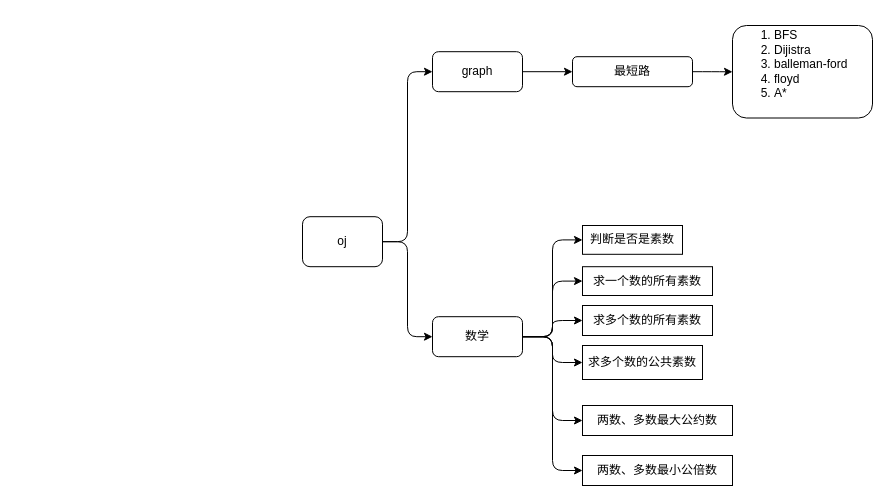
Before: source/diagrams/leetcode.drawio in wxquare/wxquare.github.io, a draw.io diagram. Source tidied: cells renumbered, new cells numbered last; positions are measured from the earlier drawing's top-left corner, leaving out a move shared by most shapes. Both pictures are drawn from the tidied source at 100%, with x=0, y=0 at pixel (302, 25).
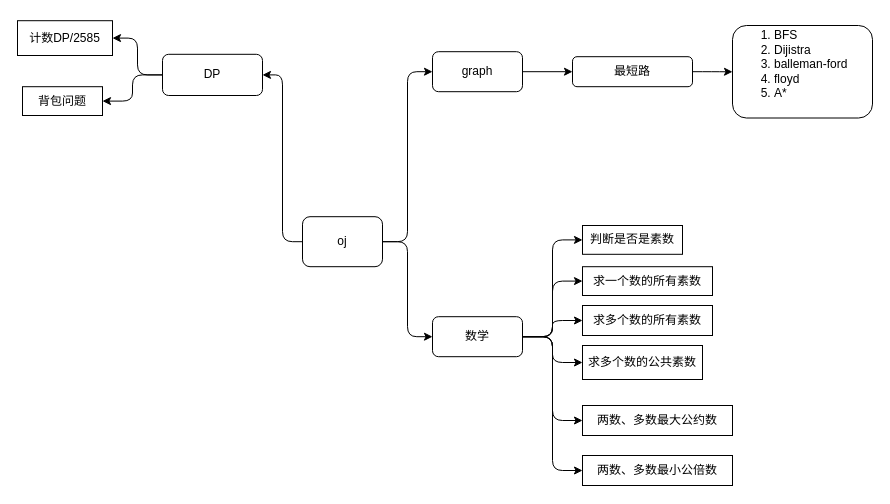
The same diagram, later.

Unchanged cells that the change refers to:
```xml
<mxCell id="4" value="oj" style="rounded=1;whiteSpace=wrap;html=1;" parent="1" vertex="1">
  <mxGeometry y="191.2" width="80" height="50" as="geometry" />
</mxCell>
```

What changed in the source:
```diff
@@
+    <mxCell id="23" style="edgeStyle=orthogonalEdgeStyle;rounded=1;jettySize=auto;html=1;exitX=0;exitY=0.5;exitDx=0;exitDy=0;entryX=1;entryY=0.5;entryDx=0;entryDy=0;" parent="1" edge="1" source="4" target="26">
+      <mxGeometry relative="1" as="geometry" />
+    </mxCell>
@@
+    <mxCell id="24" style="edgeStyle=orthogonalEdgeStyle;rounded=1;jettySize=auto;html=1;exitX=0;exitY=0.5;exitDx=0;exitDy=0;entryX=1;entryY=0.5;entryDx=0;entryDy=0;" parent="1" edge="1" source="26" target="27">
+      <mxGeometry relative="1" as="geometry" />
+    </mxCell>
+    <mxCell id="25" style="edgeStyle=orthogonalEdgeStyle;rounded=1;jettySize=auto;html=1;exitX=0;exitY=0.5;exitDx=0;exitDy=0;entryX=1;entryY=0.5;entryDx=0;entryDy=0;" parent="1" edge="1" source="26" target="28">
+      <mxGeometry relative="1" as="geometry" />
+    </mxCell>
+    <mxCell id="26" value="DP" style="rounded=1;whiteSpace=wrap;html=1;" parent="1" vertex="1">
+      <mxGeometry x="-140" y="28.8" width="100" height="41.2" as="geometry" />
+    </mxCell>
+    <mxCell id="27" value="计数DP/2585" style="rounded=0;whiteSpace=wrap;html=1;" parent="1" vertex="1">
+      <mxGeometry x="-285" y="-4.8" width="95" height="34.8" as="geometry" />
+    </mxCell>
+    <mxCell id="28" value="背包问题" style="rounded=0;whiteSpace=wrap;html=1;" parent="1" vertex="1">
+      <mxGeometry x="-280" y="61.2" width="80" height="28.8" as="geometry" />
+    </mxCell>
```
